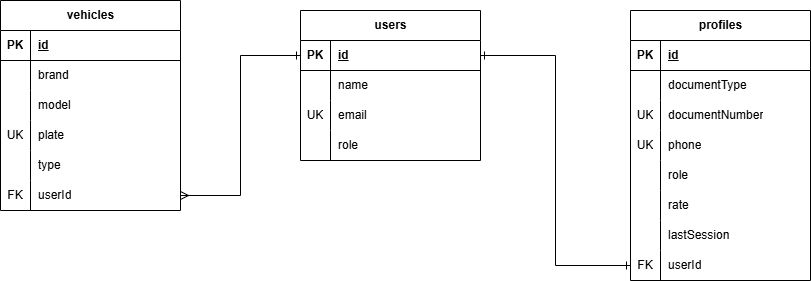
Above: docs/uml/EntidadRelacion.png in RidECI-Legacy/sonic-user-service (draw.io), before the change. Source tidied: cells renumbered, new cells last; positions are measured from the earlier drawing's top-left corner, leaving out a move shared by most shapes. The source it was exported from:
```xml
<mxGraphModel>
  <root>
    <mxCell id="0" />
    <mxCell id="1" parent="0" />
    <mxCell id="2" value="users" style="shape=table;startSize=30;rowLines=0;fontStyle=1;align=center;html=1;" parent="1" vertex="1">
      <mxGeometry x="300" y="10" width="180" height="150" as="geometry" />
    </mxCell>
    <mxCell id="3" style="shape=tableRow;horizontal=0;startSize=0;swimlaneHead=0;swimlaneBody=0;fillColor=none;points=[[0,0.5],[1,0.5]];portConstraint=eastwest;top=0;left=0;right=0;bottom=1;" parent="2" vertex="1">
      <mxGeometry y="30" width="180" height="30" as="geometry" />
    </mxCell>
    <mxCell id="4" value="PK" style="shape=partialRectangle;fillColor=none;top=0;left=0;bottom=0;right=0;fontStyle=1;overflow=hidden;whiteSpace=wrap;html=1;" parent="3" vertex="1">
      <mxGeometry width="30" height="30" as="geometry" />
    </mxCell>
    <mxCell id="5" value="id" style="shape=partialRectangle;fillColor=none;top=0;left=0;bottom=0;right=0;align=left;spacingLeft=6;fontStyle=5;overflow=hidden;whiteSpace=wrap;html=1;" parent="3" vertex="1">
      <mxGeometry x="30" width="150" height="30" as="geometry" />
    </mxCell>
    <mxCell id="6" style="shape=tableRow;horizontal=0;startSize=0;swimlaneHead=0;swimlaneBody=0;fillColor=none;top=0;left=0;right=0;bottom=0;" parent="2" vertex="1">
      <mxGeometry y="60" width="180" height="30" as="geometry" />
    </mxCell>
    <mxCell id="7" style="shape=partialRectangle;fillColor=none;top=0;left=0;bottom=0;right=0;overflow=hidden;whiteSpace=wrap;html=1;" parent="6" vertex="1">
      <mxGeometry width="30" height="30" as="geometry" />
    </mxCell>
    <mxCell id="8" value="name" style="shape=partialRectangle;fillColor=none;top=0;left=0;bottom=0;right=0;align=left;spacingLeft=6;overflow=hidden;whiteSpace=wrap;html=1;" parent="6" vertex="1">
      <mxGeometry x="30" width="150" height="30" as="geometry" />
    </mxCell>
    <mxCell id="9" style="shape=tableRow;horizontal=0;startSize=0;swimlaneHead=0;swimlaneBody=0;fillColor=none;top=0;left=0;right=0;bottom=0;" parent="2" vertex="1">
      <mxGeometry y="90" width="180" height="30" as="geometry" />
    </mxCell>
    <mxCell id="10" value="UK" style="shape=partialRectangle;fillColor=none;top=0;left=0;bottom=0;right=0;overflow=hidden;whiteSpace=wrap;html=1;" parent="9" vertex="1">
      <mxGeometry width="30" height="30" as="geometry" />
    </mxCell>
    <mxCell id="11" value="email" style="shape=partialRectangle;fillColor=none;top=0;left=0;bottom=0;right=0;align=left;spacingLeft=6;overflow=hidden;whiteSpace=wrap;html=1;" parent="9" vertex="1">
      <mxGeometry x="30" width="150" height="30" as="geometry" />
    </mxCell>
    <mxCell id="12" style="shape=tableRow;horizontal=0;startSize=0;swimlaneHead=0;swimlaneBody=0;fillColor=none;top=0;left=0;right=0;bottom=0;" parent="2" vertex="1">
      <mxGeometry y="120" width="180" height="30" as="geometry" />
    </mxCell>
    <mxCell id="13" style="shape=partialRectangle;fillColor=none;top=0;left=0;bottom=0;right=0;overflow=hidden;whiteSpace=wrap;html=1;" parent="12" vertex="1">
      <mxGeometry width="30" height="30" as="geometry" />
    </mxCell>
    <mxCell id="14" value="role" style="shape=partialRectangle;fillColor=none;top=0;left=0;bottom=0;right=0;align=left;spacingLeft=6;overflow=hidden;whiteSpace=wrap;html=1;" parent="12" vertex="1">
      <mxGeometry x="30" width="150" height="30" as="geometry" />
    </mxCell>
    <mxCell id="15" value="vehicles" style="shape=table;startSize=30;rowLines=0;fontStyle=1;align=center;html=1;" parent="1" vertex="1">
      <mxGeometry width="180" height="210" as="geometry" />
    </mxCell>
    <mxCell id="16" style="shape=tableRow;horizontal=0;startSize=0;swimlaneHead=0;swimlaneBody=0;fillColor=none;top=0;left=0;right=0;bottom=1;" parent="15" vertex="1">
      <mxGeometry y="30" width="180" height="30" as="geometry" />
    </mxCell>
    <mxCell id="17" value="PK" style="shape=partialRectangle;fillColor=none;top=0;left=0;bottom=0;right=0;fontStyle=1;overflow=hidden;whiteSpace=wrap;html=1;" parent="16" vertex="1">
      <mxGeometry width="30" height="30" as="geometry" />
    </mxCell>
    <mxCell id="18" value="id" style="shape=partialRectangle;fillColor=none;top=0;left=0;bottom=0;right=0;align=left;spacingLeft=6;fontStyle=5;overflow=hidden;whiteSpace=wrap;html=1;" parent="16" vertex="1">
      <mxGeometry x="30" width="150" height="30" as="geometry" />
    </mxCell>
    <mxCell id="19" style="shape=tableRow;horizontal=0;startSize=0;swimlaneHead=0;swimlaneBody=0;fillColor=none;top=0;left=0;right=0;bottom=0;" parent="15" vertex="1">
      <mxGeometry y="60" width="180" height="30" as="geometry" />
    </mxCell>
    <mxCell id="20" style="shape=partialRectangle;fillColor=none;top=0;left=0;bottom=0;right=0;overflow=hidden;whiteSpace=wrap;html=1;" parent="19" vertex="1">
      <mxGeometry width="30" height="30" as="geometry" />
    </mxCell>
    <mxCell id="21" value="brand" style="shape=partialRectangle;fillColor=none;top=0;left=0;bottom=0;right=0;align=left;spacingLeft=6;overflow=hidden;whiteSpace=wrap;html=1;" parent="19" vertex="1">
      <mxGeometry x="30" width="150" height="30" as="geometry" />
    </mxCell>
    <mxCell id="22" style="shape=tableRow;horizontal=0;startSize=0;swimlaneHead=0;swimlaneBody=0;fillColor=none;top=0;left=0;right=0;bottom=0;" parent="15" vertex="1">
      <mxGeometry y="90" width="180" height="30" as="geometry" />
    </mxCell>
    <mxCell id="23" style="shape=partialRectangle;fillColor=none;top=0;left=0;bottom=0;right=0;overflow=hidden;whiteSpace=wrap;html=1;" parent="22" vertex="1">
      <mxGeometry width="30" height="30" as="geometry" />
    </mxCell>
    <mxCell id="24" value="model" style="shape=partialRectangle;fillColor=none;top=0;left=0;bottom=0;right=0;align=left;spacingLeft=6;overflow=hidden;whiteSpace=wrap;html=1;" parent="22" vertex="1">
      <mxGeometry x="30" width="150" height="30" as="geometry" />
    </mxCell>
    <mxCell id="25" style="shape=tableRow;horizontal=0;startSize=0;swimlaneHead=0;swimlaneBody=0;fillColor=none;top=0;left=0;right=0;bottom=0;" parent="15" vertex="1">
      <mxGeometry y="120" width="180" height="30" as="geometry" />
    </mxCell>
    <mxCell id="26" value="UK" style="shape=partialRectangle;fillColor=none;top=0;left=0;bottom=0;right=0;overflow=hidden;whiteSpace=wrap;html=1;" parent="25" vertex="1">
      <mxGeometry width="30" height="30" as="geometry" />
    </mxCell>
    <mxCell id="27" value="plate" style="shape=partialRectangle;fillColor=none;top=0;left=0;bottom=0;right=0;align=left;spacingLeft=6;overflow=hidden;whiteSpace=wrap;html=1;" parent="25" vertex="1">
      <mxGeometry x="30" width="150" height="30" as="geometry" />
    </mxCell>
    <mxCell id="28" style="shape=tableRow;horizontal=0;startSize=0;swimlaneHead=0;swimlaneBody=0;fillColor=none;top=0;left=0;right=0;bottom=0;" parent="15" vertex="1">
      <mxGeometry y="150" width="180" height="30" as="geometry" />
    </mxCell>
    <mxCell id="29" style="shape=partialRectangle;fillColor=none;top=0;left=0;bottom=0;right=0;overflow=hidden;whiteSpace=wrap;html=1;" parent="28" vertex="1">
      <mxGeometry width="30" height="30" as="geometry" />
    </mxCell>
    <mxCell id="30" value="type" style="shape=partialRectangle;fillColor=none;top=0;left=0;bottom=0;right=0;align=left;spacingLeft=6;overflow=hidden;whiteSpace=wrap;html=1;" parent="28" vertex="1">
      <mxGeometry x="30" width="150" height="30" as="geometry" />
    </mxCell>
    <mxCell id="31" style="shape=tableRow;horizontal=0;startSize=0;swimlaneHead=0;swimlaneBody=0;fillColor=none;points=[[0,0.5],[1,0.5]];portConstraint=eastwest;top=0;left=0;right=0;bottom=0;" parent="15" vertex="1">
      <mxGeometry y="180" width="180" height="30" as="geometry" />
    </mxCell>
    <mxCell id="32" value="FK" style="shape=partialRectangle;fillColor=none;top=0;left=0;bottom=0;right=0;overflow=hidden;whiteSpace=wrap;html=1;" parent="31" vertex="1">
      <mxGeometry width="30" height="30" as="geometry" />
    </mxCell>
    <mxCell id="33" value="userId" style="shape=partialRectangle;fillColor=none;top=0;left=0;bottom=0;right=0;align=left;spacingLeft=6;overflow=hidden;whiteSpace=wrap;html=1;" parent="31" vertex="1">
      <mxGeometry x="30" width="150" height="30" as="geometry" />
    </mxCell>
    <mxCell id="34" value="profiles" style="shape=table;startSize=30;rowLines=0;fontStyle=1;align=center;html=1;" parent="1" vertex="1">
      <mxGeometry x="630" y="10" width="180" height="270" as="geometry" />
    </mxCell>
    <mxCell id="35" style="shape=tableRow;horizontal=0;startSize=0;swimlaneHead=0;swimlaneBody=0;fillColor=none;top=0;left=0;right=0;bottom=1;" parent="34" vertex="1">
      <mxGeometry y="30" width="180" height="30" as="geometry" />
    </mxCell>
    <mxCell id="36" value="PK" style="shape=partialRectangle;fillColor=none;top=0;left=0;bottom=0;right=0;fontStyle=1;overflow=hidden;whiteSpace=wrap;html=1;" parent="35" vertex="1">
      <mxGeometry width="30" height="30" as="geometry" />
    </mxCell>
    <mxCell id="37" value="id" style="shape=partialRectangle;fillColor=none;top=0;left=0;bottom=0;right=0;align=left;spacingLeft=6;fontStyle=5;overflow=hidden;whiteSpace=wrap;html=1;" parent="35" vertex="1">
      <mxGeometry x="30" width="150" height="30" as="geometry" />
    </mxCell>
    <mxCell id="38" style="shape=tableRow;horizontal=0;startSize=0;swimlaneHead=0;swimlaneBody=0;fillColor=none;top=0;left=0;right=0;bottom=0;" parent="34" vertex="1">
      <mxGeometry y="60" width="180" height="30" as="geometry" />
    </mxCell>
    <mxCell id="39" style="shape=partialRectangle;fillColor=none;top=0;left=0;bottom=0;right=0;overflow=hidden;whiteSpace=wrap;html=1;" parent="38" vertex="1">
      <mxGeometry width="30" height="30" as="geometry" />
    </mxCell>
    <mxCell id="40" value="documentType" style="shape=partialRectangle;fillColor=none;top=0;left=0;bottom=0;right=0;align=left;spacingLeft=6;overflow=hidden;whiteSpace=wrap;html=1;" parent="38" vertex="1">
      <mxGeometry x="30" width="150" height="30" as="geometry" />
    </mxCell>
    <mxCell id="41" style="shape=tableRow;horizontal=0;startSize=0;swimlaneHead=0;swimlaneBody=0;fillColor=none;top=0;left=0;right=0;bottom=0;" parent="34" vertex="1">
      <mxGeometry y="90" width="180" height="30" as="geometry" />
    </mxCell>
    <mxCell id="42" value="UK" style="shape=partialRectangle;fillColor=none;top=0;left=0;bottom=0;right=0;overflow=hidden;whiteSpace=wrap;html=1;" parent="41" vertex="1">
      <mxGeometry width="30" height="30" as="geometry" />
    </mxCell>
    <mxCell id="43" value="documentNumber" style="shape=partialRectangle;fillColor=none;top=0;left=0;bottom=0;right=0;align=left;spacingLeft=6;overflow=hidden;whiteSpace=wrap;html=1;" parent="41" vertex="1">
      <mxGeometry x="30" width="150" height="30" as="geometry" />
    </mxCell>
    <mxCell id="44" style="shape=tableRow;horizontal=0;startSize=0;swimlaneHead=0;swimlaneBody=0;fillColor=none;top=0;left=0;right=0;bottom=0;" parent="34" vertex="1">
      <mxGeometry y="120" width="180" height="30" as="geometry" />
    </mxCell>
    <mxCell id="45" value="UK" style="shape=partialRectangle;fillColor=none;top=0;left=0;bottom=0;right=0;overflow=hidden;whiteSpace=wrap;html=1;" parent="44" vertex="1">
      <mxGeometry width="30" height="30" as="geometry" />
    </mxCell>
    <mxCell id="46" value="phone" style="shape=partialRectangle;fillColor=none;top=0;left=0;bottom=0;right=0;align=left;spacingLeft=6;overflow=hidden;whiteSpace=wrap;html=1;" parent="44" vertex="1">
      <mxGeometry x="30" width="150" height="30" as="geometry" />
    </mxCell>
    <mxCell id="47" style="shape=tableRow;horizontal=0;startSize=0;swimlaneHead=0;swimlaneBody=0;fillColor=none;top=0;left=0;right=0;bottom=0;" parent="34" vertex="1">
      <mxGeometry y="150" width="180" height="30" as="geometry" />
    </mxCell>
    <mxCell id="48" style="shape=partialRectangle;fillColor=none;top=0;left=0;bottom=0;right=0;overflow=hidden;whiteSpace=wrap;html=1;" parent="47" vertex="1">
      <mxGeometry width="30" height="30" as="geometry" />
    </mxCell>
    <mxCell id="49" value="role" style="shape=partialRectangle;fillColor=none;top=0;left=0;bottom=0;right=0;align=left;spacingLeft=6;overflow=hidden;whiteSpace=wrap;html=1;" parent="47" vertex="1">
      <mxGeometry x="30" width="150" height="30" as="geometry" />
    </mxCell>
    <mxCell id="50" style="shape=tableRow;horizontal=0;startSize=0;swimlaneHead=0;swimlaneBody=0;fillColor=none;top=0;left=0;right=0;bottom=0;" parent="34" vertex="1">
      <mxGeometry y="180" width="180" height="30" as="geometry" />
    </mxCell>
    <mxCell id="51" style="shape=partialRectangle;fillColor=none;top=0;left=0;bottom=0;right=0;overflow=hidden;whiteSpace=wrap;html=1;" parent="50" vertex="1">
      <mxGeometry width="30" height="30" as="geometry" />
    </mxCell>
    <mxCell id="52" value="rate" style="shape=partialRectangle;fillColor=none;top=0;left=0;bottom=0;right=0;align=left;spacingLeft=6;overflow=hidden;whiteSpace=wrap;html=1;" parent="50" vertex="1">
      <mxGeometry x="30" width="150" height="30" as="geometry" />
    </mxCell>
    <mxCell id="53" style="shape=tableRow;horizontal=0;startSize=0;swimlaneHead=0;swimlaneBody=0;fillColor=none;top=0;left=0;right=0;bottom=0;" parent="34" vertex="1">
      <mxGeometry y="210" width="180" height="30" as="geometry" />
    </mxCell>
    <mxCell id="54" style="shape=partialRectangle;fillColor=none;top=0;left=0;bottom=0;right=0;overflow=hidden;whiteSpace=wrap;html=1;" parent="53" vertex="1">
      <mxGeometry width="30" height="30" as="geometry" />
    </mxCell>
    <mxCell id="55" value="lastSession" style="shape=partialRectangle;fillColor=none;top=0;left=0;bottom=0;right=0;align=left;spacingLeft=6;overflow=hidden;whiteSpace=wrap;html=1;" parent="53" vertex="1">
      <mxGeometry x="30" width="150" height="30" as="geometry" />
    </mxCell>
    <mxCell id="56" style="shape=tableRow;horizontal=0;startSize=0;swimlaneHead=0;swimlaneBody=0;fillColor=none;points=[[0,0.5],[1,0.5]];portConstraint=eastwest;top=0;left=0;right=0;bottom=0;" parent="34" vertex="1">
      <mxGeometry y="240" width="180" height="30" as="geometry" />
    </mxCell>
    <mxCell id="57" value="FK" style="shape=partialRectangle;fillColor=none;top=0;left=0;bottom=0;right=0;overflow=hidden;whiteSpace=wrap;html=1;" parent="56" vertex="1">
      <mxGeometry width="30" height="30" as="geometry" />
    </mxCell>
    <mxCell id="58" value="userId" style="shape=partialRectangle;fillColor=none;top=0;left=0;bottom=0;right=0;align=left;spacingLeft=6;overflow=hidden;whiteSpace=wrap;html=1;" parent="56" vertex="1">
      <mxGeometry x="30" width="150" height="30" as="geometry" />
    </mxCell>
    <mxCell id="59" style="edgeStyle=orthogonalEdgeStyle;rounded=0;jettySize=auto;html=1;exitX=1;exitY=0.5;exitDx=0;exitDy=0;entryX=0;entryY=0.5;entryDx=0;entryDy=0;endArrow=ERone;endFill=0;startArrow=ERmany;startFill=0;" parent="1" edge="1" source="31" target="3">
      <mxGeometry relative="1" as="geometry" />
    </mxCell>
    <mxCell id="60" style="edgeStyle=orthogonalEdgeStyle;rounded=0;jettySize=auto;html=1;exitX=0;exitY=0.5;exitDx=0;exitDy=0;entryX=1;entryY=0.5;entryDx=0;entryDy=0;endArrow=ERone;endFill=0;startArrow=ERone;startFill=0;" parent="1" edge="1" source="56" target="3">
      <mxGeometry relative="1" as="geometry" />
    </mxCell>
  </root>
</mxGraphModel>
```
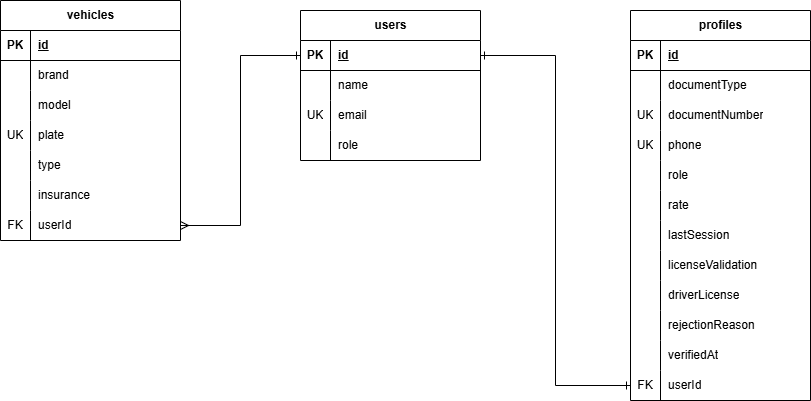
After the commit.

Commit message:
feat: Add/Update diagrams (Diagrama de componentes, diagrama CU y diagrama de despliegue)

Diff of the diagram source:
```diff
@@ -42,7 +42,7 @@
       <mxGeometry x="30" width="150" height="30" as="geometry" />
     </mxCell>
     <mxCell id="15" value="vehicles" style="shape=table;startSize=30;rowLines=0;fontStyle=1;align=center;html=1;" parent="1" vertex="1">
-      <mxGeometry width="180" height="210" as="geometry" />
+      <mxGeometry width="180" height="240" as="geometry" />
     </mxCell>
     <mxCell id="16" style="shape=tableRow;horizontal=0;startSize=0;swimlaneHead=0;swimlaneBody=0;fillColor=none;top=0;left=0;right=0;bottom=1;" parent="15" vertex="1">
       <mxGeometry y="30" width="180" height="30" as="geometry" />
@@ -89,8 +89,17 @@
     <mxCell id="30" value="type" style="shape=partialRectangle;fillColor=none;top=0;left=0;bottom=0;right=0;align=left;spacingLeft=6;overflow=hidden;whiteSpace=wrap;html=1;" parent="28" vertex="1">
       <mxGeometry x="30" width="150" height="30" as="geometry" />
     </mxCell>
+    <mxCell id="61" style="shape=tableRow;horizontal=0;startSize=0;swimlaneHead=0;swimlaneBody=0;fillColor=none;top=0;left=0;right=0;bottom=0;" parent="15" vertex="1">
+      <mxGeometry y="180" width="180" height="30" as="geometry" />
+    </mxCell>
+    <mxCell id="62" style="shape=partialRectangle;fillColor=none;top=0;left=0;bottom=0;right=0;overflow=hidden;whiteSpace=wrap;html=1;" parent="61" vertex="1">
+      <mxGeometry width="30" height="30" as="geometry" />
+    </mxCell>
+    <mxCell id="63" value="insurance" style="shape=partialRectangle;fillColor=none;top=0;left=0;bottom=0;right=0;align=left;spacingLeft=6;overflow=hidden;whiteSpace=wrap;html=1;" parent="61" vertex="1">
+      <mxGeometry x="30" width="150" height="30" as="geometry" />
+    </mxCell>
     <mxCell id="31" style="shape=tableRow;horizontal=0;startSize=0;swimlaneHead=0;swimlaneBody=0;fillColor=none;points=[[0,0.5],[1,0.5]];portConstraint=eastwest;top=0;left=0;right=0;bottom=0;" parent="15" vertex="1">
-      <mxGeometry y="180" width="180" height="30" as="geometry" />
+      <mxGeometry y="210" width="180" height="30" as="geometry" />
     </mxCell>
     <mxCell id="32" value="FK" style="shape=partialRectangle;fillColor=none;top=0;left=0;bottom=0;right=0;overflow=hidden;whiteSpace=wrap;html=1;" parent="31" vertex="1">
       <mxGeometry width="30" height="30" as="geometry" />
@@ -99,7 +108,7 @@
       <mxGeometry x="30" width="150" height="30" as="geometry" />
     </mxCell>
     <mxCell id="34" value="profiles" style="shape=table;startSize=30;rowLines=0;fontStyle=1;align=center;html=1;" parent="1" vertex="1">
-      <mxGeometry x="630" y="10" width="180" height="270" as="geometry" />
+      <mxGeometry x="630" y="10" width="180" height="390" as="geometry" />
     </mxCell>
     <mxCell id="35" style="shape=tableRow;horizontal=0;startSize=0;swimlaneHead=0;swimlaneBody=0;fillColor=none;top=0;left=0;right=0;bottom=1;" parent="34" vertex="1">
       <mxGeometry y="30" width="180" height="30" as="geometry" />
@@ -164,8 +173,44 @@
     <mxCell id="55" value="lastSession" style="shape=partialRectangle;fillColor=none;top=0;left=0;bottom=0;right=0;align=left;spacingLeft=6;overflow=hidden;whiteSpace=wrap;html=1;" parent="53" vertex="1">
       <mxGeometry x="30" width="150" height="30" as="geometry" />
     </mxCell>
+    <mxCell id="64" style="shape=tableRow;horizontal=0;startSize=0;swimlaneHead=0;swimlaneBody=0;fillColor=none;top=0;left=0;right=0;bottom=0;" parent="34" vertex="1">
+      <mxGeometry y="240" width="180" height="30" as="geometry" />
+    </mxCell>
+    <mxCell id="65" style="shape=partialRectangle;fillColor=none;top=0;left=0;bottom=0;right=0;overflow=hidden;whiteSpace=wrap;html=1;" parent="64" vertex="1">
+      <mxGeometry width="30" height="30" as="geometry" />
+    </mxCell>
+    <mxCell id="66" value="licenseValidation" style="shape=partialRectangle;fillColor=none;top=0;left=0;bottom=0;right=0;align=left;spacingLeft=6;overflow=hidden;whiteSpace=wrap;html=1;" parent="64" vertex="1">
+      <mxGeometry x="30" width="150" height="30" as="geometry" />
+    </mxCell>
+    <mxCell id="67" style="shape=tableRow;horizontal=0;startSize=0;swimlaneHead=0;swimlaneBody=0;fillColor=none;top=0;left=0;right=0;bottom=0;" parent="34" vertex="1">
+      <mxGeometry y="270" width="180" height="30" as="geometry" />
+    </mxCell>
+    <mxCell id="68" style="shape=partialRectangle;fillColor=none;top=0;left=0;bottom=0;right=0;overflow=hidden;whiteSpace=wrap;html=1;" parent="67" vertex="1">
+      <mxGeometry width="30" height="30" as="geometry" />
+    </mxCell>
+    <mxCell id="69" value="driverLicense" style="shape=partialRectangle;fillColor=none;top=0;left=0;bottom=0;right=0;align=left;spacingLeft=6;overflow=hidden;whiteSpace=wrap;html=1;" parent="67" vertex="1">
+      <mxGeometry x="30" width="150" height="30" as="geometry" />
+    </mxCell>
+    <mxCell id="70" style="shape=tableRow;horizontal=0;startSize=0;swimlaneHead=0;swimlaneBody=0;fillColor=none;top=0;left=0;right=0;bottom=0;" parent="34" vertex="1">
+      <mxGeometry y="300" width="180" height="30" as="geometry" />
+    </mxCell>
+    <mxCell id="71" style="shape=partialRectangle;fillColor=none;top=0;left=0;bottom=0;right=0;overflow=hidden;whiteSpace=wrap;html=1;" parent="70" vertex="1">
+      <mxGeometry width="30" height="30" as="geometry" />
+    </mxCell>
+    <mxCell id="72" value="rejectionReason" style="shape=partialRectangle;fillColor=none;top=0;left=0;bottom=0;right=0;align=left;spacingLeft=6;overflow=hidden;whiteSpace=wrap;html=1;" parent="70" vertex="1">
+      <mxGeometry x="30" width="150" height="30" as="geometry" />
+    </mxCell>
+    <mxCell id="73" style="shape=tableRow;horizontal=0;startSize=0;swimlaneHead=0;swimlaneBody=0;fillColor=none;top=0;left=0;right=0;bottom=0;" parent="34" vertex="1">
+      <mxGeometry y="330" width="180" height="30" as="geometry" />
+    </mxCell>
+    <mxCell id="74" style="shape=partialRectangle;fillColor=none;top=0;left=0;bottom=0;right=0;overflow=hidden;whiteSpace=wrap;html=1;" parent="73" vertex="1">
+      <mxGeometry width="30" height="30" as="geometry" />
+    </mxCell>
+    <mxCell id="75" value="verifiedAt" style="shape=partialRectangle;fillColor=none;top=0;left=0;bottom=0;right=0;align=left;spacingLeft=6;overflow=hidden;whiteSpace=wrap;html=1;" parent="73" vertex="1">
+      <mxGeometry x="30" width="150" height="30" as="geometry" />
+    </mxCell>
     <mxCell id="56" style="shape=tableRow;horizontal=0;startSize=0;swimlaneHead=0;swimlaneBody=0;fillColor=none;points=[[0,0.5],[1,0.5]];portConstraint=eastwest;top=0;left=0;right=0;bottom=0;" parent="34" vertex="1">
-      <mxGeometry y="240" width="180" height="30" as="geometry" />
+      <mxGeometry y="360" width="180" height="30" as="geometry" />
     </mxCell>
     <mxCell id="57" value="FK" style="shape=partialRectangle;fillColor=none;top=0;left=0;bottom=0;right=0;overflow=hidden;whiteSpace=wrap;html=1;" parent="56" vertex="1">
       <mxGeometry width="30" height="30" as="geometry" />
```
